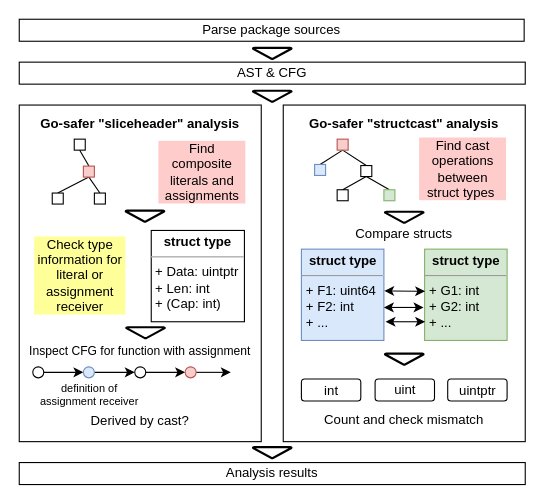
This is thesis/assets/figures/go-safer-architecture.drawio from jlauinger/master-of-science, a draw.io file, before an edit. Source tidied: cells renumbered, new cells numbered last; positions are measured from the earlier drawing's top-left corner, leaving out a move shared by most shapes. Both pictures are drawn from the tidied source at 110%, with x=0, y=0 at pixel (19, 19).
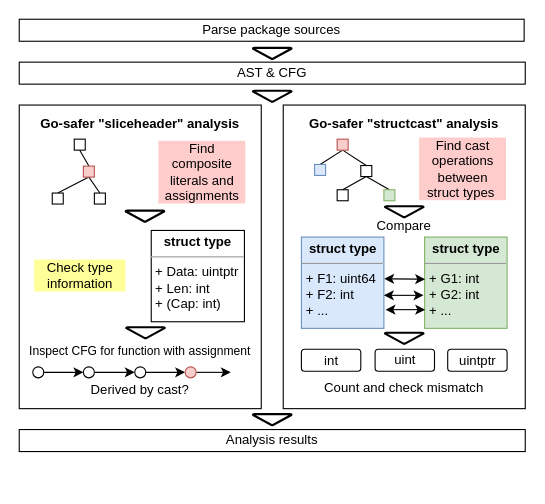
After the change.

Commit message (it also covers changes not shown here):
paper: update design figures

What changed in the source:
```diff
@@
     <mxCell id="2" style="rounded=0;whiteSpace=wrap;html=1;" parent="1" vertex="1">
-      <mxGeometry y="78" width="220" height="306" as="geometry" />
+      <mxGeometry y="78" width="220" height="276" as="geometry" />
     </mxCell>
@@
-    <mxCell id="15" value="Check type information for literal or assignment receiver" style="text;html=1;strokeColor=none;fillColor=none;align=center;verticalAlign=middle;whiteSpace=wrap;rounded=0;labelBackgroundColor=#FFFF99;" parent="1" vertex="1">
+    <mxCell id="15" value="Check type information" style="text;html=1;strokeColor=none;fillColor=none;align=center;verticalAlign=middle;whiteSpace=wrap;rounded=0;labelBackgroundColor=#FFFF99;" parent="1" vertex="1">
       <mxGeometry x="13.4" y="196" width="84.5" height="73" as="geometry" />
     </mxCell>
@@
-    <mxCell id="21" style="ellipse;whiteSpace=wrap;html=1;labelBackgroundColor=none;strokeColor=#6c8ebf;fillColor=#dae8fc;align=left;" parent="1" vertex="1">
+    <mxCell id="21" style="ellipse;whiteSpace=wrap;html=1;labelBackgroundColor=none;align=left;" parent="1" vertex="1">
       <mxGeometry x="58.3" y="316" width="10" height="10" as="geometry" />
     </mxCell>
@@
-    <mxCell id="27" value="&lt;div style=&quot;text-align: center ; font-size: 10px&quot;&gt;&lt;font face=&quot;helvetica&quot;&gt;definition of assignment receiver&lt;/font&gt;&lt;/div&gt;" style="text;whiteSpace=wrap;html=1;verticalAlign=middle;" parent="1" vertex="1">
-      <mxGeometry x="13.4" y="326" width="99.7" height="30" as="geometry" />
-    </mxCell>
@@
     <mxCell id="30" style="strokeWidth=2;html=1;shape=mxgraph.flowchart.merge_or_storage;whiteSpace=wrap;labelBackgroundColor=none;fillColor=none;gradientColor=none;align=left;" parent="1" vertex="1">
-      <mxGeometry x="212.5" y="389" width="35" height="10" as="geometry" />
+      <mxGeometry x="212.5" y="359" width="35" height="10" as="geometry" />
     </mxCell>
     <mxCell id="31" value="Analysis results" style="rounded=0;whiteSpace=wrap;html=1;" parent="1" vertex="1">
-      <mxGeometry y="403" width="460" height="20" as="geometry" />
+      <mxGeometry y="373" width="460" height="20" as="geometry" />
     </mxCell>
     <mxCell id="32" style="rounded=0;whiteSpace=wrap;html=1;" parent="1" vertex="1">
-      <mxGeometry x="240" y="78" width="220" height="306" as="geometry" />
+      <mxGeometry x="240" y="78" width="220" height="276" as="geometry" />
     </mxCell>
@@
     <mxCell id="43" style="strokeWidth=2;html=1;shape=mxgraph.flowchart.merge_or_storage;whiteSpace=wrap;labelBackgroundColor=none;fillColor=none;gradientColor=none;align=left;" parent="1" vertex="1">
-      <mxGeometry x="332.5" y="175" width="35" height="10" as="geometry" />
+      <mxGeometry x="332.5" y="170" width="35" height="10" as="geometry" />
     </mxCell>
     <mxCell id="44" value="&lt;p style=&quot;margin: 4px 0px 0px ; text-align: center&quot;&gt;&lt;b&gt;&lt;font style=&quot;font-size: 12px&quot;&gt;struct type&lt;/font&gt;&lt;/b&gt;&lt;/p&gt;&lt;hr size=&quot;1&quot;&gt;&lt;p style=&quot;margin: 0px 0px 0px 4px&quot;&gt;&lt;font style=&quot;font-size: 12px&quot;&gt;+ F1: uint64&lt;/font&gt;&lt;/p&gt;&lt;p style=&quot;margin: 0px 0px 0px 4px&quot;&gt;&lt;font style=&quot;font-size: 12px&quot;&gt;+ F2: int&lt;/font&gt;&lt;/p&gt;&lt;p style=&quot;margin: 0px 0px 0px 4px&quot;&gt;&lt;font style=&quot;font-size: 12px&quot;&gt;+ ...&lt;/font&gt;&lt;/p&gt;" style="verticalAlign=top;align=left;overflow=fill;fontSize=12;fontFamily=Helvetica;html=1;labelBackgroundColor=none;fillColor=#dae8fc;strokeColor=#6c8ebf;" parent="1" vertex="1">
-      <mxGeometry x="256.5" y="209" width="75" height="83" as="geometry" />
+      <mxGeometry x="256.5" y="198" width="75" height="83" as="geometry" />
     </mxCell>
     <mxCell id="45" value="&lt;p style=&quot;margin: 4px 0px 0px ; text-align: center&quot;&gt;&lt;b&gt;&lt;font style=&quot;font-size: 12px&quot;&gt;struct type&lt;/font&gt;&lt;/b&gt;&lt;/p&gt;&lt;hr size=&quot;1&quot;&gt;&lt;p style=&quot;margin: 0px 0px 0px 4px&quot;&gt;&lt;font style=&quot;font-size: 12px&quot;&gt;+ G1: int&lt;/font&gt;&lt;/p&gt;&lt;p style=&quot;margin: 0px 0px 0px 4px&quot;&gt;&lt;font style=&quot;font-size: 12px&quot;&gt;+ G2: int&lt;/font&gt;&lt;/p&gt;&lt;p style=&quot;margin: 0px 0px 0px 4px&quot;&gt;&lt;font style=&quot;font-size: 12px&quot;&gt;+ ...&lt;/font&gt;&lt;/p&gt;" style="verticalAlign=top;align=left;overflow=fill;fontSize=12;fontFamily=Helvetica;html=1;labelBackgroundColor=none;fillColor=#d5e8d4;strokeColor=#82b366;" parent="1" vertex="1">
-      <mxGeometry x="368.5" y="209" width="75" height="83" as="geometry" />
+      <mxGeometry x="368.5" y="198" width="75" height="83" as="geometry" />
     </mxCell>
@@
     <mxCell id="47" style="endArrow=classic;startArrow=classic;html=1;entryX=0;entryY=0.5;entryDx=0;entryDy=0;" parent="1" edge="1">
       <mxGeometry relative="1" as="geometry">
-        <mxPoint x="331.5" y="262" as="sourcePoint" />
-        <mxPoint x="367.5" y="262" as="targetPoint" />
+        <mxPoint x="331.5" y="251" as="sourcePoint" />
+        <mxPoint x="367.5" y="251" as="targetPoint" />
         <Array as="points">
-          <mxPoint x="339.5" y="262" />
+          <mxPoint x="339.5" y="251" />
         </Array>
       </mxGeometry>
     </mxCell>
     <mxCell id="48" style="endArrow=classic;startArrow=classic;html=1;entryX=0;entryY=0.5;entryDx=0;entryDy=0;" parent="1" edge="1">
       <mxGeometry relative="1" as="geometry">
-        <mxPoint x="333" y="275" as="sourcePoint" />
-        <mxPoint x="369" y="275" as="targetPoint" />
+        <mxPoint x="333" y="264" as="sourcePoint" />
+        <mxPoint x="369" y="264" as="targetPoint" />
       </mxGeometry>
     </mxCell>
     <mxCell id="49" style="strokeWidth=2;html=1;shape=mxgraph.flowchart.merge_or_storage;whiteSpace=wrap;labelBackgroundColor=none;fillColor=none;gradientColor=none;align=left;" parent="1" vertex="1">
-      <mxGeometry x="332.5" y="304" width="35" height="10" as="geometry" />
+      <mxGeometry x="332.5" y="285" width="35" height="10" as="geometry" />
     </mxCell>
     <mxCell id="50" value="&lt;font style=&quot;font-size: 12px&quot;&gt;int&lt;/font&gt;" style="rounded=1;whiteSpace=wrap;html=1;labelBackgroundColor=none;strokeColor=#000000;fillColor=none;gradientColor=none;align=center;verticalAlign=bottom;" parent="1" vertex="1">
-      <mxGeometry x="256.5" y="327" width="54" height="20" as="geometry" />
+      <mxGeometry x="256.5" y="300" width="54" height="20" as="geometry" />
     </mxCell>
     <mxCell id="51" value="&lt;font style=&quot;font-size: 12px&quot;&gt;Count and check mismatch&lt;/font&gt;" style="text;html=1;strokeColor=none;fillColor=none;align=center;verticalAlign=middle;whiteSpace=wrap;rounded=0;labelBackgroundColor=none;" parent="1" vertex="1">
-      <mxGeometry x="240" y="354" width="220" height="20" as="geometry" />
+      <mxGeometry x="240" y="325" width="220" height="20" as="geometry" />
     </mxCell>
     <mxCell id="52" value="&lt;font style=&quot;font-size: 12px&quot;&gt;uintptr&lt;/font&gt;" style="rounded=1;whiteSpace=wrap;html=1;labelBackgroundColor=none;strokeColor=#000000;fillColor=none;gradientColor=none;align=center;verticalAlign=bottom;" parent="1" vertex="1">
-      <mxGeometry x="389.5" y="327" width="54" height="20" as="geometry" />
+      <mxGeometry x="389.5" y="300" width="54" height="20" as="geometry" />
     </mxCell>
     <mxCell id="53" value="&lt;font style=&quot;font-size: 12px&quot;&gt;uint&lt;/font&gt;" style="rounded=1;whiteSpace=wrap;html=1;labelBackgroundColor=none;strokeColor=#000000;fillColor=none;gradientColor=none;align=center;verticalAlign=middle;" parent="1" vertex="1">
-      <mxGeometry x="323.5" y="327" width="54" height="20" as="geometry" />
+      <mxGeometry x="323.5" y="300" width="54" height="20" as="geometry" />
     </mxCell>
     <mxCell id="54" value="&lt;font style=&quot;font-size: 12px&quot;&gt;Derived by cast?&lt;/font&gt;" style="text;html=1;strokeColor=none;fillColor=none;align=center;verticalAlign=middle;whiteSpace=wrap;rounded=0;labelBackgroundColor=none;" parent="1" vertex="1">
-      <mxGeometry y="355" width="220" height="20" as="geometry" />
+      <mxGeometry y="327" width="220" height="20" as="geometry" />
     </mxCell>
-    <mxCell id="55" value="&lt;font style=&quot;font-size: 12px&quot;&gt;Compare structs&lt;/font&gt;" style="text;html=1;strokeColor=none;fillColor=none;align=center;verticalAlign=middle;whiteSpace=wrap;rounded=0;labelBackgroundColor=none;" parent="1" vertex="1">
-      <mxGeometry x="240" y="185" width="220" height="20" as="geometry" />
+    <mxCell id="55" value="&lt;font style=&quot;font-size: 12px&quot;&gt;Compare&lt;/font&gt;" style="text;html=1;strokeColor=none;fillColor=none;align=center;verticalAlign=middle;whiteSpace=wrap;rounded=0;labelBackgroundColor=none;" parent="1" vertex="1">
+      <mxGeometry x="240" y="178" width="220" height="20" as="geometry" />
     </mxCell>
```
